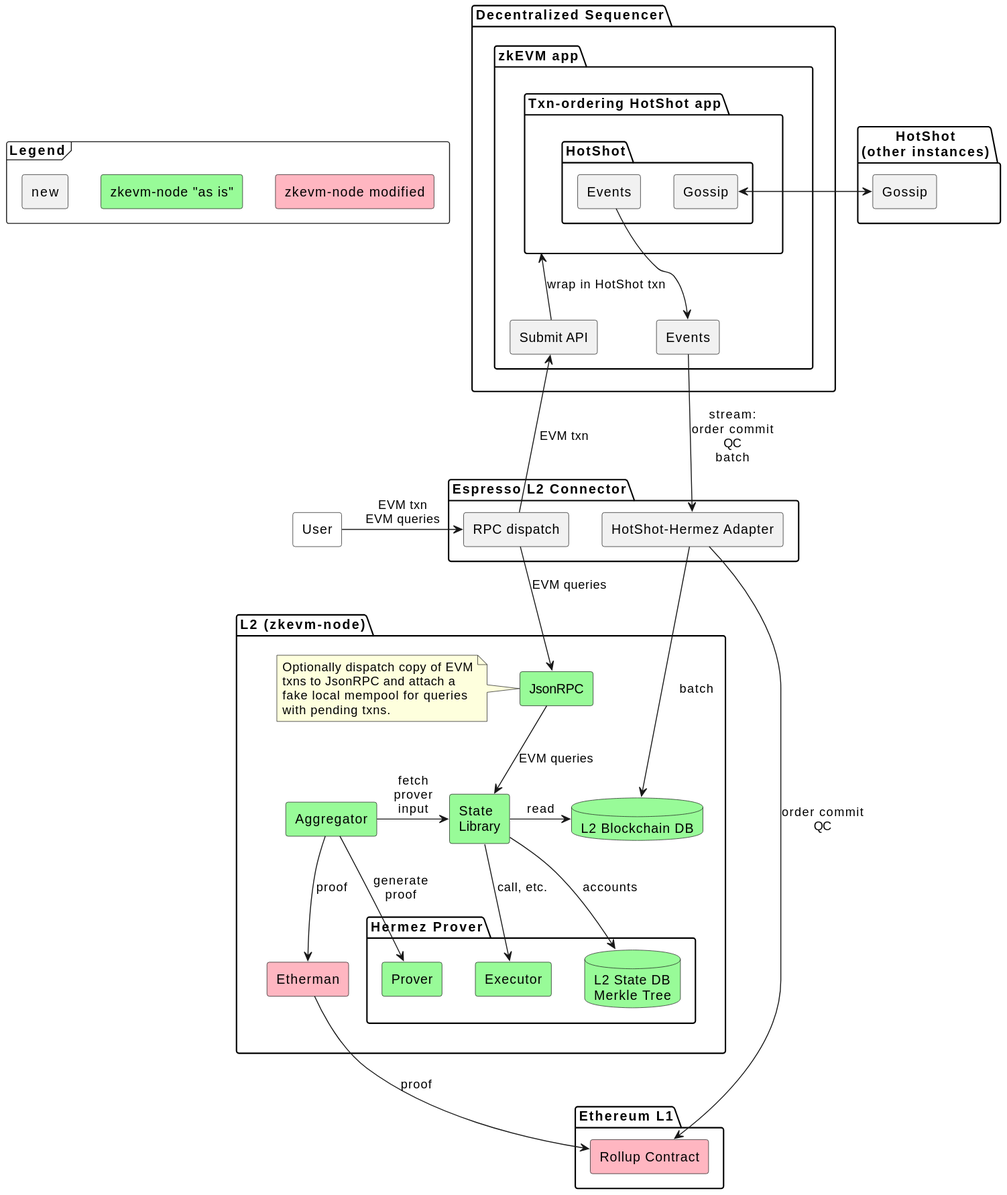
Before: doc/architecture.svg, a diagram exported from PlantUML (EspressoSystems/espresso-sequencer).
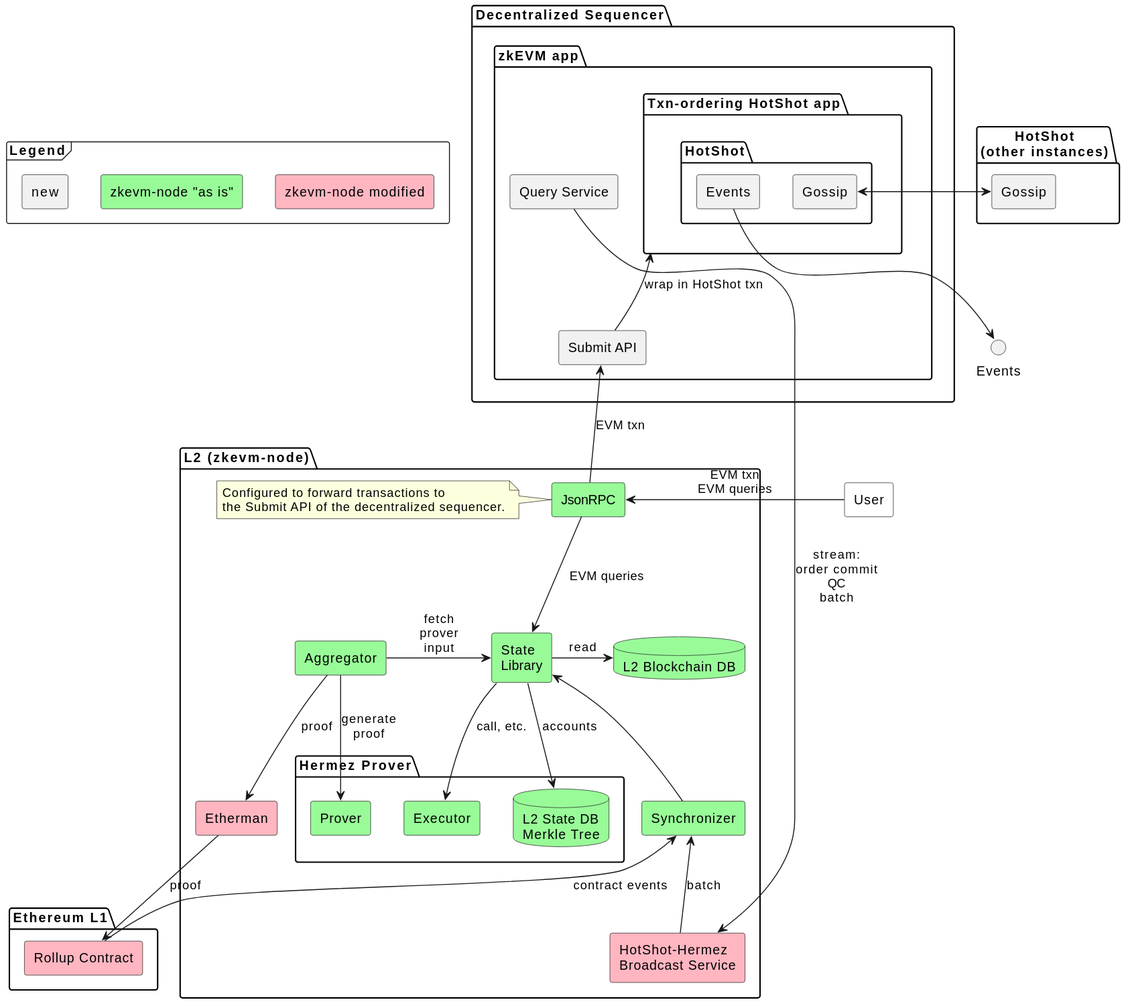
After the change.

Commit message:
Use broadcast service to pull batches into node

- Add Broadcast Service implementation.
- Add "Query Service".
- Remove the HotShot-Hermez adapter.

The edit, as a diff of the source:
```diff
@@ -17,7 +17,7 @@
 
 package "Decentralized Sequencer" {
   package "zkEVM app" as zkApp {
-    component Events
+    component "Query Service" as QueryService
     component "Submit API" as Submit
     package "Txn-ordering HotShot app" as App {
       package HotShot {
@@ -29,11 +29,6 @@
 }
 
 
-package "Espresso L2 Connector" as Connector {
-  component "HotShot-Hermez Adapter" as Adapter
-  component "RPC dispatch" as Dispatch
-}
-
 package "Ethereum L1" as L1 {
   component "Rollup Contract" as Rollup #LightPink
 }
@@ -42,10 +37,8 @@
 package "L2 (zkevm-node)" as L2 {
   component JsonRPC #PaleGreen
   note left of JsonRPC
-    Optionally dispatch copy of EVM
-    txns to JsonRPC and attach a
-    fake local mempool for queries
-    with pending txns.
+    Configured to forward transactions to
+    the Submit API of the decentralized sequencer.
   end note
   database L2DB #PaleGreen [
     L2 Blockchain DB
@@ -61,20 +54,18 @@
   component Etherman #LightPink
   component Aggregator #PaleGreen
   component "State\nLibrary" as State #PaleGreen
+  component "HotShot-Hermez\nBroadcast Service" as Broadcast #LightPink
+  component Synchronizer #PaleGreen
 }
 
-User -> Dispatch: EVM txn\nEVM queries
-User -[hidden]> L2
+User -> JsonRPC: EVM txn\nEVM queries
 
-Dispatch --> JsonRPC: EVM queries
-Dispatch -up-> Submit: EVM txn
+JsonRPC -up-> Submit: EVM txn
 
 GossipInternal <-> GossipExternal
 
-Events --> Adapter: stream:\norder commit\nQC\nbatch
+QueryService --> Broadcast: stream:\norder commit\nQC\nbatch
 
-Adapter -> L2DB: batch
-Adapter -> Rollup: order commit\nQC
 
 JsonRPC --> State: EVM queries
 
@@ -86,8 +77,10 @@
 Aggregator --> Etherman: proof
 Aggregator -> Prover: generate\nproof
 Etherman --> Rollup: proof
+Synchronizer <-- Rollup: contract events
+Synchronizer <-- Broadcast: batch
+State <-- Synchronizer
 
 Submit -up-> App: wrap in HotShot txn
 HotShotEvents -down-> Events
-
 @enduml
```
